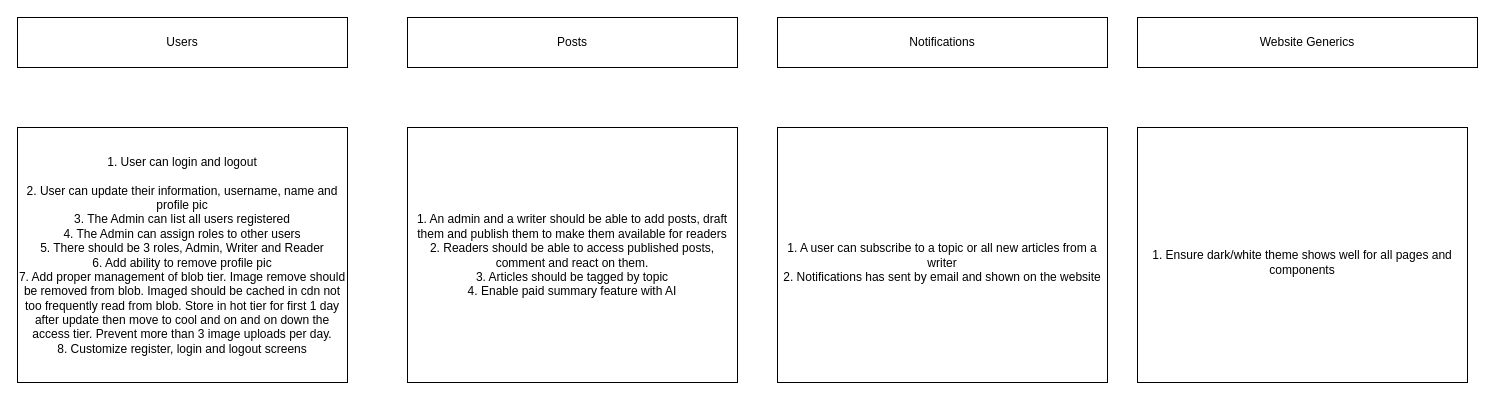
Before: page "Features Roadmap" (3 of 3) of docs/System_Design.drawio in ChrisClaude/chris-claude-site, a draw.io diagram. Source tidied: cells renumbered, new cells numbered last; positions are measured from the earlier drawing's top-left corner, leaving out a move shared by most shapes. Both pictures are drawn from the tidied source at 100%, with x=0, y=0 at pixel (17, 17).
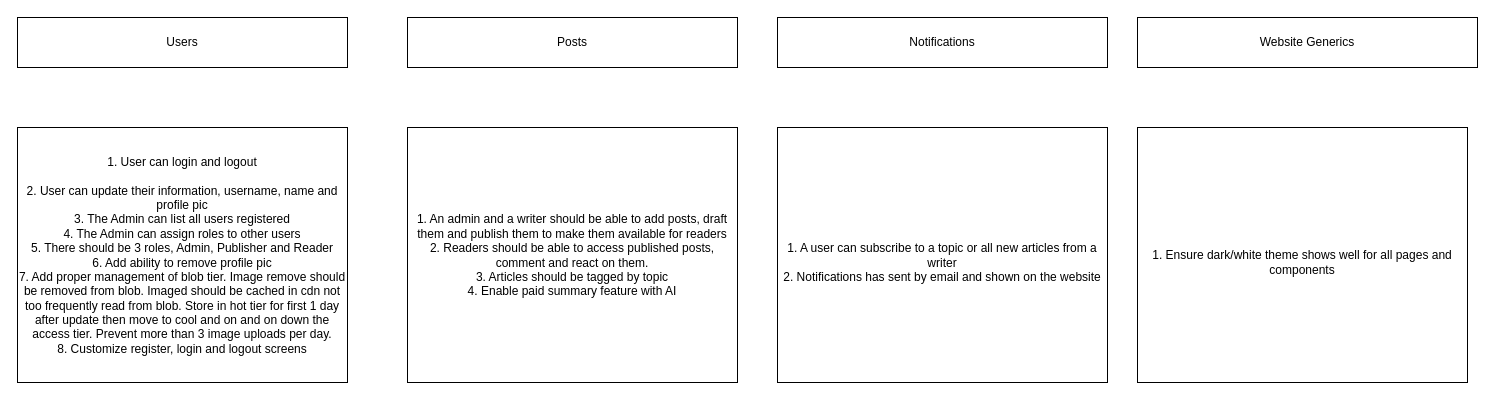
The same page after the edit.

Diff of the diagram source:
```diff
@@
 <mxGraphModel>
   <root>
     <mxCell id="0" />
     <mxCell id="1" parent="0" />
     <mxCell id="2" value="Users" style="rounded=0;whiteSpace=wrap;html=1;" parent="1" vertex="1">
       <mxGeometry width="330" height="50" as="geometry" />
     </mxCell>
-    <mxCell id="3" value="1. User can login and logout&lt;br&gt;&lt;br&gt;2. User can update their information, username, name and profile pic&lt;br&gt;3. The Admin can list all users registered&lt;br&gt;4. The Admin can assign roles to other users&lt;br&gt;5. There should be 3 roles, Admin, Writer and Reader&lt;br&gt;6. Add ability to remove profile pic&lt;br&gt;7. Add proper management of blob tier. Image remove should be removed from blob. Imaged should be cached in cdn not too frequently read from blob. Store in hot tier for first 1 day after update then move to cool and on and on down the access tier. Prevent more than 3 image uploads per day.&lt;br&gt;8. Customize register, login and logout screens" style="rounded=0;whiteSpace=wrap;html=1;" parent="1" vertex="1">
+    <mxCell id="3" value="1. User can login and logout&lt;br&gt;&lt;br&gt;2. User can update their information, username, name and profile pic&lt;br&gt;3. The Admin can list all users registered&lt;br&gt;4. The Admin can assign roles to other users&lt;br&gt;5. There should be 3 roles, Admin, Publisher and Reader&lt;br&gt;6. Add ability to remove profile pic&lt;br&gt;7. Add proper management of blob tier. Image remove should be removed from blob. Imaged should be cached in cdn not too frequently read from blob. Store in hot tier for first 1 day after update then move to cool and on and on down the access tier. Prevent more than 3 image uploads per day.&lt;br&gt;8. Customize register, login and logout screens" style="rounded=0;whiteSpace=wrap;html=1;" parent="1" vertex="1">
       <mxGeometry y="110" width="330" height="255" as="geometry" />
     </mxCell>
     <mxCell id="4" value="Posts" style="rounded=0;whiteSpace=wrap;html=1;" parent="1" vertex="1">
       <mxGeometry x="390" width="330" height="50" as="geometry" />
     </mxCell>
     <mxCell id="5" value="1. An admin and a writer should be able to add posts, draft them and publish them to make them available for readers&lt;br&gt;2. Readers should be able to access published posts, comment and react on them.&lt;br&gt;3. Articles should be tagged by topic&lt;br&gt;4. Enable paid summary feature with AI" style="rounded=0;whiteSpace=wrap;html=1;" parent="1" vertex="1">
       <mxGeometry x="390" y="110" width="330" height="255" as="geometry" />
     </mxCell>
     <mxCell id="6" value="Notifications" style="rounded=0;whiteSpace=wrap;html=1;" parent="1" vertex="1">
       <mxGeometry x="760" width="330" height="50" as="geometry" />
     </mxCell>
     <mxCell id="7" value="&lt;br&gt;1. A user can subscribe to a topic or all new articles from a writer&lt;br&gt;2. Notifications has sent by email and shown on the website" style="rounded=0;whiteSpace=wrap;html=1;" parent="1" vertex="1">
       <mxGeometry x="760" y="110" width="330" height="255" as="geometry" />
     </mxCell>
     <mxCell id="8" value="Website Generics" style="rounded=0;whiteSpace=wrap;html=1;" parent="1" vertex="1">
       <mxGeometry x="1120" width="340" height="50" as="geometry" />
     </mxCell>
     <mxCell id="9" value="&lt;br&gt;1. Ensure dark/white theme shows well for all pages and components" style="rounded=0;whiteSpace=wrap;html=1;" parent="1" vertex="1">
       <mxGeometry x="1120" y="110" width="330" height="255" as="geometry" />
     </mxCell>
   </root>
 </mxGraphModel>
```
